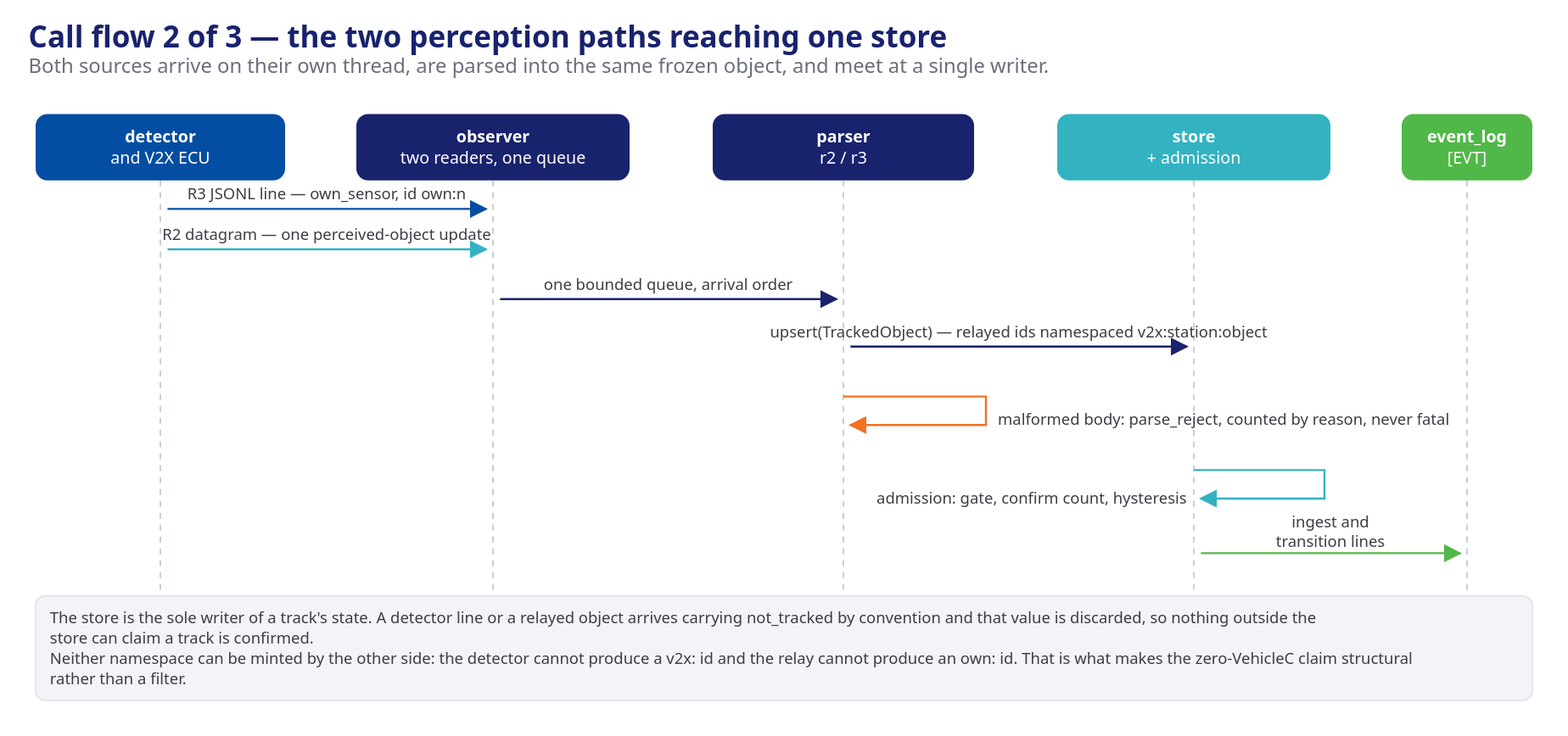
Above: presentation/assets/phase2-4-ada-callflow-2.svg in mnpham2101/FPT-Hackathon2026 (draw.io), before the change. Source tidied: cells renumbered, new cells last; positions are measured from the earlier drawing's top-left corner, leaving out a move shared by most shapes.
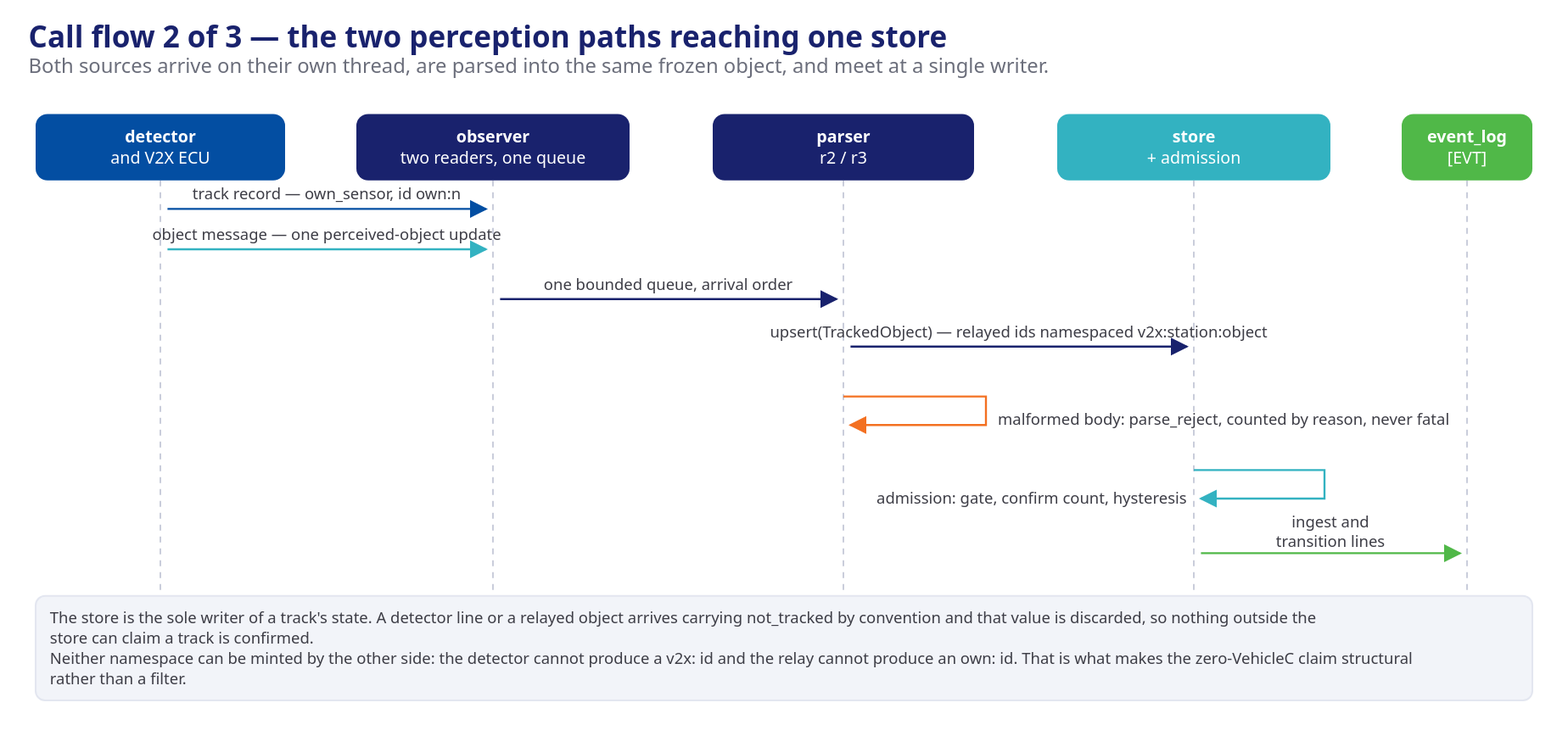
The same file after the commit.

Diff of the diagram source:
```diff
@@ -38,13 +38,13 @@
     <mxCell id="13" style="line;strokeColor=#c9cddb;dashed=1;direction=north;html=1;" parent="1" vertex="1">
       <mxGeometry x="1211" y="132" width="1" height="364" as="geometry" />
     </mxCell>
-    <mxCell id="14" value="R3 JSONL line — own_sensor, id own:n" style="html=1;endArrow=block;endFill=1;strokeColor=#034EA2;edgeStyle=orthogonalEdgeStyle;rounded=0;fontSize=13.2;fontColor=#3d3d46;labelBackgroundColor=none;" parent="1" edge="1">
+    <mxCell id="14" value="track record — own_sensor, id own:n" style="html=1;endArrow=block;endFill=1;strokeColor=#034EA2;edgeStyle=orthogonalEdgeStyle;rounded=0;fontSize=13.2;fontColor=#3d3d46;labelBackgroundColor=none;" parent="1" edge="1">
       <mxGeometry relative="1" as="geometry">
         <mxPoint x="117" y="156" as="sourcePoint" />
         <mxPoint x="385" y="156" as="targetPoint" />
       </mxGeometry>
     </mxCell>
-    <mxCell id="15" value="R2 datagram — one perceived-object update" style="html=1;endArrow=block;endFill=1;strokeColor=#33B2C1;edgeStyle=orthogonalEdgeStyle;rounded=0;fontSize=13.2;fontColor=#3d3d46;labelBackgroundColor=none;" parent="1" edge="1">
+    <mxCell id="15" value="object message — one perceived-object update" style="html=1;endArrow=block;endFill=1;strokeColor=#33B2C1;edgeStyle=orthogonalEdgeStyle;rounded=0;fontSize=13.2;fontColor=#3d3d46;labelBackgroundColor=none;" parent="1" edge="1">
       <mxGeometry relative="1" as="geometry">
         <mxPoint x="117" y="190" as="sourcePoint" />
         <mxPoint x="385" y="190" as="targetPoint" />
```
